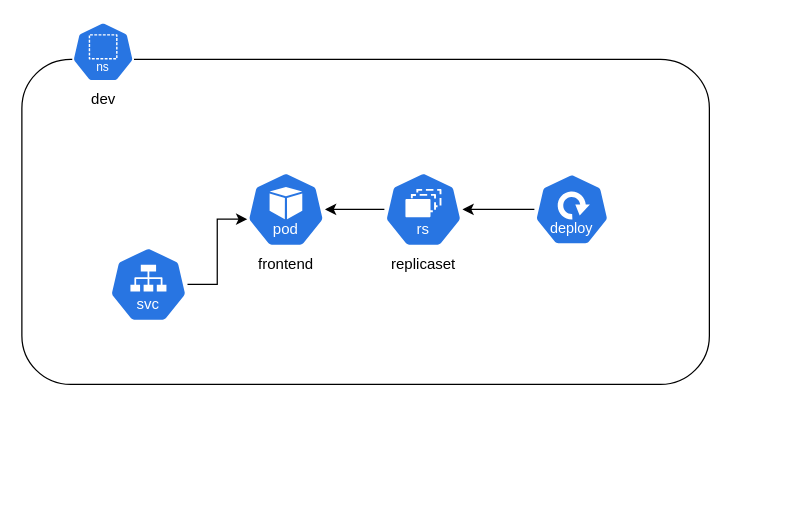
rmadan7/dev-cluster keeps this draw.io diagram as kube_arch_diagram.drawio. Above is the earlier version. Source tidied: cells renumbered, new cells numbered last; positions are measured from the earlier drawing's top-left corner, leaving out a move shared by most shapes. Both pictures are drawn from the tidied source at 125%, with x=0, y=0 at pixel (21, 21).
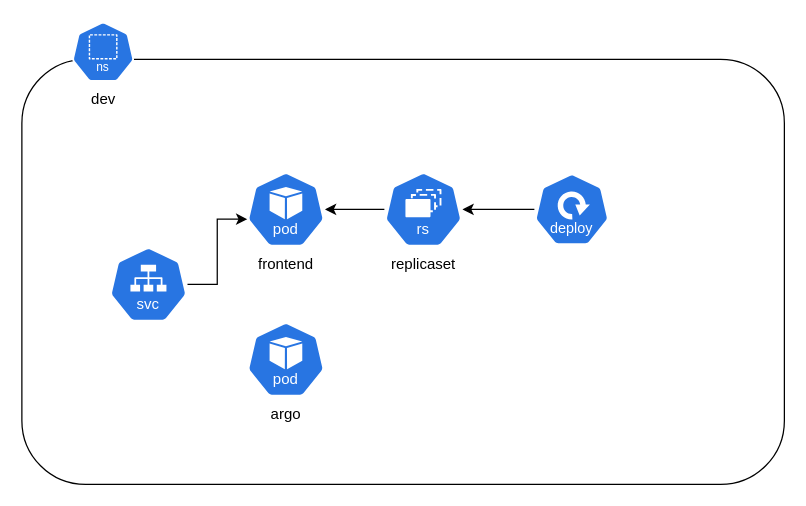
Above is the later version.

Diff of the diagram source:
```diff
@@
 <mxGraphModel>
   <root>
     <mxCell id="0" />
     <mxCell id="1" parent="0" />
     <mxCell id="2" style="rounded=1;whiteSpace=wrap;html=1;" parent="1" vertex="1">
-      <mxGeometry y="30" width="550" height="260" as="geometry" />
+      <mxGeometry y="30" width="610" height="340" as="geometry" />
     </mxCell>
     <mxCell id="3" value="dev" style="sketch=0;html=1;dashed=0;whitespace=wrap;verticalLabelPosition=bottom;verticalAlign=top;fillColor=#2875E2;strokeColor=#ffffff;shape=mxgraph.kubernetes.icon2;kubernetesLabel=1;prIcon=ns;" parent="1" vertex="1">
       <mxGeometry x="40" width="50" height="48" as="geometry" />
     </mxCell>
     <mxCell id="4" value="frontend" style="sketch=0;html=1;dashed=0;whitespace=wrap;verticalLabelPosition=bottom;verticalAlign=top;fillColor=#2875E2;strokeColor=#ffffff;points=[[0.005,0.63,0],[0.1,0.2,0],[0.9,0.2,0],[0.5,0,0],[0.995,0.63,0],[0.72,0.99,0],[0.5,1,0],[0.28,0.99,0]];shape=mxgraph.kubernetes.icon2;kubernetesLabel=1;prIcon=pod;" parent="1" vertex="1">
       <mxGeometry x="180" y="120" width="62.5" height="60" as="geometry" />
     </mxCell>
     <mxCell id="5" style="sketch=0;html=1;dashed=0;whitespace=wrap;verticalLabelPosition=bottom;verticalAlign=top;fillColor=#2875E2;strokeColor=#ffffff;points=[[0.005,0.63,0],[0.1,0.2,0],[0.9,0.2,0],[0.5,0,0],[0.995,0.63,0],[0.72,0.99,0],[0.5,1,0],[0.28,0.99,0]];shape=mxgraph.kubernetes.icon2;kubernetesLabel=1;prIcon=svc;" parent="1" vertex="1">
       <mxGeometry x="70" y="180" width="62.5" height="60" as="geometry" />
     </mxCell>
     <mxCell id="6" style="edgeStyle=orthogonalEdgeStyle;rounded=0;jettySize=auto;html=1;entryX=0.005;entryY=0.63;entryDx=0;entryDy=0;entryPerimeter=0;" parent="1" edge="1" source="5" target="4">
       <mxGeometry relative="1" as="geometry" />
     </mxCell>
     <mxCell id="7" style="edgeStyle=orthogonalEdgeStyle;rounded=0;jettySize=auto;html=1;" parent="1" edge="1" source="8" target="4">
       <mxGeometry relative="1" as="geometry" />
     </mxCell>
     <mxCell id="8" value="replicaset" style="sketch=0;html=1;dashed=0;whitespace=wrap;verticalLabelPosition=bottom;verticalAlign=top;fillColor=#2875E2;strokeColor=#ffffff;points=[[0.005,0.63,0],[0.1,0.2,0],[0.9,0.2,0],[0.5,0,0],[0.995,0.63,0],[0.72,0.99,0],[0.5,1,0],[0.28,0.99,0]];shape=mxgraph.kubernetes.icon2;kubernetesLabel=1;prIcon=rs;" parent="1" vertex="1">
       <mxGeometry x="290" y="120" width="62.5" height="60" as="geometry" />
     </mxCell>
     <mxCell id="9" style="edgeStyle=orthogonalEdgeStyle;rounded=0;jettySize=auto;html=1;" parent="1" edge="1" source="10" target="8">
       <mxGeometry relative="1" as="geometry" />
     </mxCell>
     <mxCell id="10" style="sketch=0;html=1;dashed=0;whitespace=wrap;verticalLabelPosition=bottom;verticalAlign=top;fillColor=#2875E2;strokeColor=#ffffff;points=[[0.005,0.63,0],[0.1,0.2,0],[0.9,0.2,0],[0.5,0,0],[0.995,0.63,0],[0.72,0.99,0],[0.5,1,0],[0.28,0.99,0]];shape=mxgraph.kubernetes.icon2;kubernetesLabel=1;prIcon=deploy;" parent="1" vertex="1">
       <mxGeometry x="410" y="121.2" width="60" height="57.6" as="geometry" />
     </mxCell>
+    <mxCell id="11" value="argo" style="sketch=0;html=1;dashed=0;whitespace=wrap;verticalLabelPosition=bottom;verticalAlign=top;fillColor=#2875E2;strokeColor=#ffffff;shape=mxgraph.kubernetes.icon2;kubernetesLabel=1;prIcon=pod;" parent="1" vertex="1">
+      <mxGeometry x="180" y="240" width="62.5" height="60" as="geometry" />
+    </mxCell>
   </root>
 </mxGraphModel>
```
